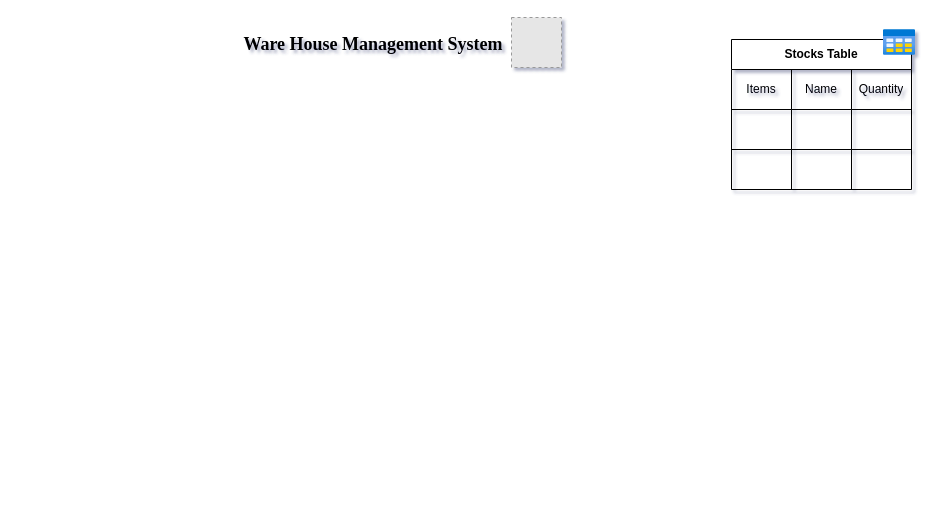
This is WHMS.drawio from SurendraRedd/WareHouseManagementSystem, a draw.io file, before an edit. Source tidied: cells renumbered, new cells numbered last; positions are measured from the earlier drawing's top-left corner, leaving out a move shared by most shapes. Both pictures are drawn from the tidied source at 100%, with x=0, y=0 at pixel (228, 17). Pictures stored in the file or linked from it are replaced by grey dashed boxes.
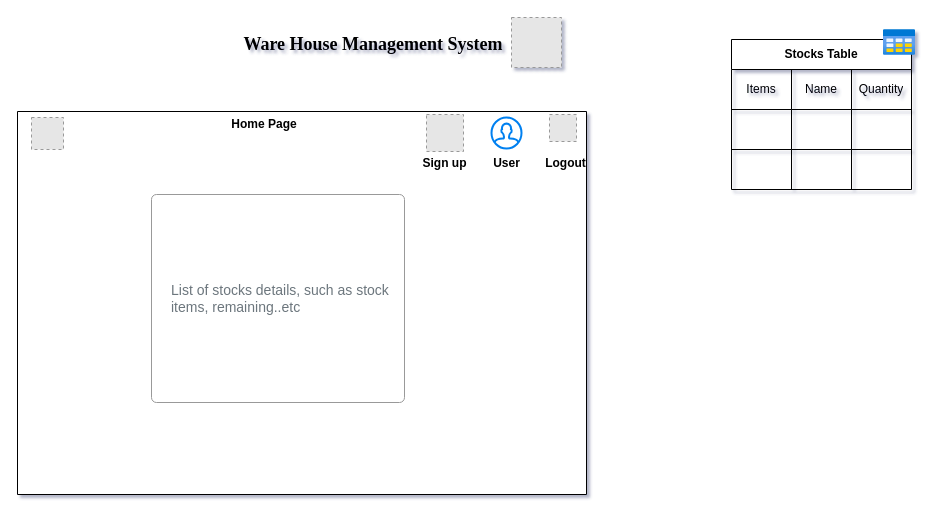
The same diagram, later.

The edit, as a diff of the source:
```diff
@@
+    <mxCell id="18" style="verticalLabelPosition=bottom;verticalAlign=top;html=1;shape=mxgraph.basic.rect;fillColor2=none;strokeWidth=1;size=20;indent=5;" parent="1" vertex="1">
+      <mxGeometry x="-211" y="94" width="569" height="383" as="geometry" />
+    </mxCell>
+    <mxCell id="19" style="fillColor=#E6E6E6;strokeColor=#999999;dashed=1;html=1;verticalAlign=top;verticalLabelPosition=bottom;labelBackgroundColor=#ffffff;" parent="1" vertex="1">
+      <mxGeometry x="-197" y="100" width="32" height="32" as="geometry" />
+    </mxCell>
+    <mxCell id="20" style="html=1;verticalLabelPosition=bottom;align=center;labelBackgroundColor=#ffffff;verticalAlign=top;strokeWidth=2;strokeColor=#0080F0;shadow=0;dashed=0;shape=mxgraph.ios7.icons.user;" parent="1" vertex="1">
+      <mxGeometry x="263" y="100" width="30" height="31" as="geometry" />
+    </mxCell>
+    <mxCell id="21" style="fillColor=#E6E6E6;strokeColor=#999999;dashed=1;html=1;verticalAlign=top;verticalLabelPosition=bottom;labelBackgroundColor=#ffffff;" parent="1" vertex="1">
+      <mxGeometry x="321" y="97" width="27" height="27" as="geometry" />
+    </mxCell>
+    <mxCell id="22" style="fillColor=#E6E6E6;strokeColor=#999999;dashed=1;html=1;verticalAlign=top;verticalLabelPosition=bottom;labelBackgroundColor=#ffffff;" parent="1" vertex="1">
+      <mxGeometry x="198" y="97" width="37" height="37" as="geometry" />
+    </mxCell>
+    <mxCell id="23" value="&lt;b&gt;Home Page&lt;/b&gt;" style="text;html=1;strokeColor=none;fillColor=none;align=center;verticalAlign=middle;whiteSpace=wrap;rounded=0;" parent="1" vertex="1">
+      <mxGeometry x="-15" y="97" width="102" height="20" as="geometry" />
+    </mxCell>
+    <mxCell id="24" value="&lt;b&gt;Sign up&lt;/b&gt;" style="text;html=1;strokeColor=none;fillColor=none;align=center;verticalAlign=middle;whiteSpace=wrap;rounded=0;" parent="1" vertex="1">
+      <mxGeometry x="191" y="140" width="51" height="12" as="geometry" />
+    </mxCell>
+    <mxCell id="25" value="&lt;b&gt;User&lt;/b&gt;" style="text;html=1;strokeColor=none;fillColor=none;align=center;verticalAlign=middle;whiteSpace=wrap;rounded=0;" parent="1" vertex="1">
+      <mxGeometry x="252.5" y="140" width="51" height="12" as="geometry" />
+    </mxCell>
+    <mxCell id="26" value="&lt;b&gt;Logout&lt;/b&gt;" style="text;html=1;strokeColor=none;fillColor=none;align=center;verticalAlign=middle;whiteSpace=wrap;rounded=0;" parent="1" vertex="1">
+      <mxGeometry x="312" y="140" width="51" height="12" as="geometry" />
+    </mxCell>
+    <mxCell id="27" value="List of stocks details, such as stock items, remaining..etc" style="html=1;shadow=0;dashed=0;shape=mxgraph.bootstrap.rrect;rSize=5;strokeColor=#999999;strokeWidth=1;fillColor=#FFFFFF;fontColor=#6C767D;whiteSpace=wrap;align=left;verticalAlign=middle;spacingLeft=10;fontSize=14;spacing=10;" parent="1" vertex="1">
+      <mxGeometry x="-77" y="177" width="253" height="208" as="geometry" />
+    </mxCell>
```
